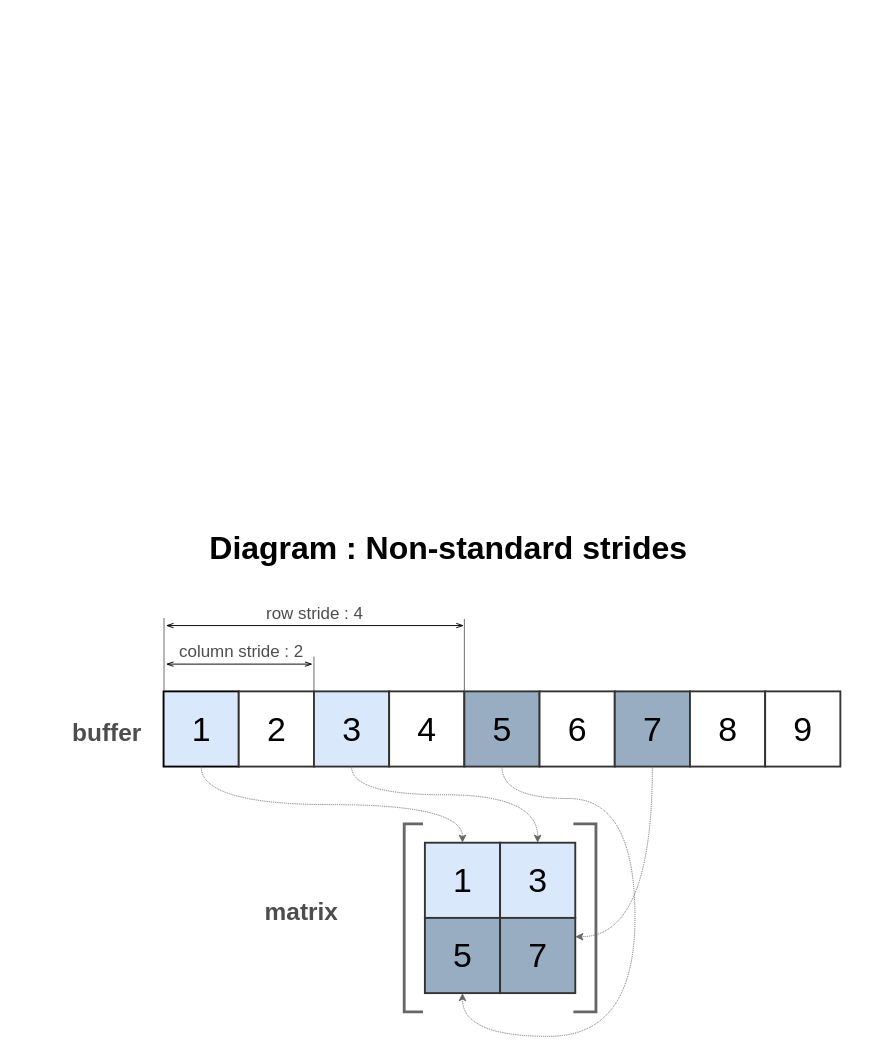
This is page "NonStandardStrides" (6 of 9) of doc/img/Matrix.drawio from Wandalen/wMathMatrix, a draw.io file, before an edit. Source tidied: cells renumbered, new cells numbered last; positions are measured from the earlier drawing's top-left corner, leaving out a move shared by most shapes. Both pictures are drawn from the tidied source at 94%, with x=0, y=0 at pixel (66, 526).
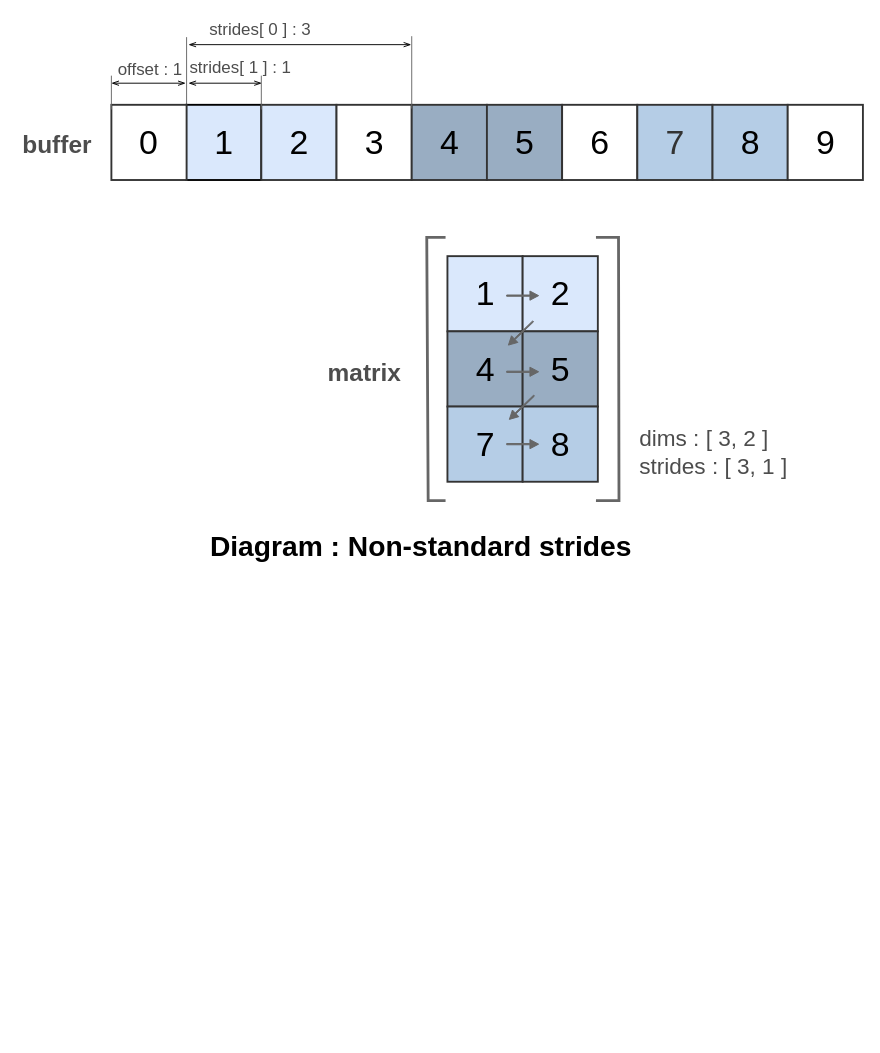
Above is the later version.

The edit, as a diff of the source:
```diff
@@
-    <mxCell id="0" />
-    <mxCell id="1" parent="0" />
+    <mxCell id="32" />
+    <mxCell id="33" parent="32" />
-    <mxCell id="2" value="Diagram : Non-standard strides&amp;nbsp;" style="text;html=1;align=center;verticalAlign=middle;fontSize=34;fontColor=#000000;fontStyle=1;" parent="1" vertex="1">
-      <mxGeometry x="147" width="527" height="46" as="geometry" />
+    <mxCell id="2" value="Diagram : Non-standard strides" style="text;html=1;align=center;verticalAlign=middle;fontSize=30;fontColor=#000000;fontStyle=1;" parent="33" vertex="1">
+      <mxGeometry x="147" width="460" height="41" as="geometry" />
     </mxCell>
-    <mxCell id="3" style="group;" parent="1" vertex="1">
-      <mxGeometry y="79" width="823.5" height="463" as="geometry" />
-    </mxCell>
+    <mxCell id="34" style="endArrow=none;html=1;fontSize=40;strokeWidth=3;rounded=0;strokeColor=#666666;" parent="33" edge="1">
+      <mxGeometry relative="1" as="geometry">
+        <mxPoint x="403.5" y="-28" as="sourcePoint" />
+        <mxPoint x="403.5" y="-308" as="targetPoint" />
+        <Array as="points">
+          <mxPoint x="385" y="-28" />
+          <mxPoint x="383.5" y="-308" />
+        </Array>
+      </mxGeometry>
+    </mxCell>
+    <mxCell id="35" style="endArrow=none;html=1;fontSize=40;strokeWidth=3;rounded=0;strokeColor=#666666;" parent="33" edge="1">
+      <mxGeometry relative="1" as="geometry">
+        <mxPoint x="563.5" y="-308" as="sourcePoint" />
+        <mxPoint x="563.5" y="-28" as="targetPoint" />
+        <Array as="points">
+          <mxPoint x="587.5" y="-308" />
+          <mxPoint x="588" y="-28" />
+        </Array>
+      </mxGeometry>
+    </mxCell>
+    <mxCell id="36" style="group;" parent="33" vertex="1">
+      <mxGeometry x="-53" y="-543" width="900.5" height="495" as="geometry" />
+    </mxCell>
+    <mxCell id="37" value="strides[ 0 ] : 3" style="text;html=1;align=center;verticalAlign=middle;fontSize=18;fontColor=#4D4D4D;" parent="36" vertex="1">
+      <mxGeometry x="199" width="119" height="27" as="geometry" />
+    </mxCell>
+    <mxCell id="38" style="endArrow=none;html=1;strokeColor=#666666;strokeWidth=1;fontSize=26;fontColor=#333333;exitX=0;exitY=0;exitDx=0;exitDy=0;" parent="36" edge="1">
+      <mxGeometry relative="1" as="geometry">
+        <mxPoint x="181" y="99" as="sourcePoint" />
+        <mxPoint x="181" y="22" as="targetPoint" />
+      </mxGeometry>
+    </mxCell>
+    <mxCell id="39" style="endArrow=openThin;startArrow=openThin;html=1;strokeColor=#000000;strokeWidth=1;fontSize=26;fontColor=#333333;startFill=0;endFill=0;" parent="36" edge="1">
+      <mxGeometry relative="1" as="geometry">
+        <mxPoint x="183" y="71" as="sourcePoint" />
+        <mxPoint x="261" y="71" as="targetPoint" />
+      </mxGeometry>
+    </mxCell>
+    <mxCell id="40" style="endArrow=openThin;startArrow=openThin;html=1;strokeColor=#000000;strokeWidth=1;fontSize=26;fontColor=#333333;startFill=0;endFill=0;" parent="36" edge="1">
+      <mxGeometry relative="1" as="geometry">
+        <mxPoint x="183" y="30" as="sourcePoint" />
+        <mxPoint x="420" y="30" as="targetPoint" />
+      </mxGeometry>
+    </mxCell>
-    <mxCell id="4" value="1" style="whiteSpace=wrap;html=1;strokeWidth=2;fontSize=36;strokeColor=#000000;fillColor=#DAE8FC;" parent="3" vertex="1">
-      <mxGeometry x="103.5" y="96" width="80" height="80" as="geometry" />
+    <mxCell id="4" value="1" style="whiteSpace=wrap;html=1;strokeWidth=2;fontSize=36;strokeColor=#000000;fillColor=#DAE8FC;" parent="36" vertex="1">
+      <mxGeometry x="180.5" y="94" width="80" height="80" as="geometry" />
     </mxCell>
-    <mxCell id="5" value="2" style="whiteSpace=wrap;html=1;strokeWidth=2;fontSize=36;fillColor=#FFFFFF;strokeColor=#333333;" parent="3" vertex="1">
-      <mxGeometry x="183.5" y="96" width="80" height="80" as="geometry" />
-    </mxCell>
-    <mxCell id="6" value="3" style="whiteSpace=wrap;html=1;strokeWidth=2;fontSize=36;strokeColor=#333333;fillColor=#DAE8FC;" parent="3" vertex="1">
-      <mxGeometry x="263.5" y="96" width="80" height="80" as="geometry" />
-    </mxCell>
-    <mxCell id="7" value="4" style="whiteSpace=wrap;html=1;strokeWidth=2;fontSize=36;fillColor=#FFFFFF;strokeColor=#333333;" parent="3" vertex="1">
-      <mxGeometry x="343.5" y="96" width="80" height="80" as="geometry" />
-    </mxCell>
-    <mxCell id="8" value="5" style="whiteSpace=wrap;html=1;strokeWidth=2;fontSize=36;strokeColor=#333333;fillColor=#99ADC2;gradientColor=none;fontColor=#000000;" parent="3" vertex="1">
-      <mxGeometry x="423.5" y="96" width="80" height="80" as="geometry" />
-    </mxCell>
+    <mxCell id="41" value="2" style="whiteSpace=wrap;html=1;strokeWidth=2;fontSize=36;fillColor=#DAE8FC;strokeColor=#333333;" parent="36" vertex="1">
+      <mxGeometry x="260.5" y="94" width="80" height="80" as="geometry" />
+    </mxCell>
+    <mxCell id="42" value="3" style="whiteSpace=wrap;html=1;strokeWidth=2;fontSize=36;strokeColor=#333333;fillColor=#FFFFFF;" parent="36" vertex="1">
+      <mxGeometry x="340.5" y="94" width="80" height="80" as="geometry" />
+    </mxCell>
+    <mxCell id="43" value="4" style="whiteSpace=wrap;html=1;strokeWidth=2;fontSize=36;fillColor=#99ADC2;strokeColor=#333333;" parent="36" vertex="1">
+      <mxGeometry x="420.5" y="94" width="80" height="80" as="geometry" />
+    </mxCell>
+    <mxCell id="19" value="5" style="whiteSpace=wrap;html=1;strokeWidth=2;fontSize=36;strokeColor=#333333;fillColor=#99ADC2;gradientColor=none;" parent="36" vertex="1">
+      <mxGeometry x="500.5" y="94" width="80" height="80" as="geometry" />
+    </mxCell>
-    <mxCell id="9" value="6" style="whiteSpace=wrap;html=1;strokeWidth=2;fontSize=36;fillColor=#FFFFFF;strokeColor=#333333;" parent="3" vertex="1">
-      <mxGeometry x="503.5" y="96" width="80" height="80" as="geometry" />
+    <mxCell id="9" value="6" style="whiteSpace=wrap;html=1;strokeWidth=2;fontSize=36;fillColor=#FFFFFF;strokeColor=#333333;" parent="36" vertex="1">
+      <mxGeometry x="580.5" y="94" width="80" height="80" as="geometry" />
     </mxCell>
-    <mxCell id="10" value="7" style="whiteSpace=wrap;html=1;strokeWidth=2;fontSize=36;strokeColor=#333333;fillColor=#99ADC2;fontColor=#000000;" parent="3" vertex="1">
-      <mxGeometry x="583.5" y="96" width="80" height="80" as="geometry" />
-    </mxCell>
+    <mxCell id="44" value="7" style="whiteSpace=wrap;html=1;strokeWidth=2;fontSize=36;strokeColor=#333333;fillColor=#B5CDE6;fontColor=#333333;" parent="36" vertex="1">
+      <mxGeometry x="660.5" y="94" width="80" height="80" as="geometry" />
+    </mxCell>
-    <mxCell id="11" value="buffer" style="text;html=1;align=center;verticalAlign=middle;fontSize=26;fontColor=#4D4D4D;fontStyle=1;" parent="3" vertex="1">
-      <mxGeometry y="122" width="85" height="36" as="geometry" />
+    <mxCell id="11" value="buffer" style="text;html=1;align=center;verticalAlign=middle;fontSize=26;fontColor=#4D4D4D;fontStyle=1;" parent="36" vertex="1">
+      <mxGeometry y="119" width="85" height="36" as="geometry" />
     </mxCell>
-    <mxCell id="12" value="column stride : 2" style="text;html=1;align=center;verticalAlign=middle;fontSize=18;fontColor=#4D4D4D;" parent="3" vertex="1">
-      <mxGeometry x="114" y="40" width="143" height="27" as="geometry" />
-    </mxCell>
-    <mxCell id="13" value="8" style="whiteSpace=wrap;html=1;strokeWidth=2;fontSize=36;strokeColor=#333333;" parent="3" vertex="1">
-      <mxGeometry x="663.5" y="96" width="80" height="80" as="geometry" />
-    </mxCell>
+    <mxCell id="45" value="8" style="whiteSpace=wrap;html=1;strokeWidth=2;fontSize=36;strokeColor=#333333;fillColor=#B5CDE6;" parent="36" vertex="1">
+      <mxGeometry x="740.5" y="94" width="80" height="80" as="geometry" />
+    </mxCell>
-    <mxCell id="14" value="9" style="whiteSpace=wrap;html=1;strokeWidth=2;fontSize=36;strokeColor=#333333;" parent="3" vertex="1">
-      <mxGeometry x="743.5" y="96" width="80" height="80" as="geometry" />
+    <mxCell id="14" value="9" style="whiteSpace=wrap;html=1;strokeWidth=2;fontSize=36;strokeColor=#333333;" parent="36" vertex="1">
+      <mxGeometry x="820.5" y="94" width="80" height="80" as="geometry" />
     </mxCell>
-    <mxCell id="15" value="row stride : 4" style="text;html=1;align=center;verticalAlign=middle;fontSize=18;fontColor=#4D4D4D;" parent="3" vertex="1">
-      <mxGeometry x="207" width="114" height="27" as="geometry" />
-    </mxCell>
-    <mxCell id="16" value="matrix" style="text;html=1;align=center;verticalAlign=middle;fontSize=26;fontColor=#4D4D4D;fontStyle=1;" parent="3" vertex="1">
-      <mxGeometry x="206" y="313" width="88" height="36" as="geometry" />
+    <mxCell id="16" value="matrix" style="text;html=1;align=center;verticalAlign=middle;fontSize=26;fontColor=#4D4D4D;fontStyle=1;" parent="36" vertex="1">
+      <mxGeometry x="326" y="361" width="88" height="36" as="geometry" />
     </mxCell>
-    <mxCell id="17" value="1" style="whiteSpace=wrap;html=1;strokeWidth=2;fontSize=36;strokeColor=#333333;fillColor=#DAE8FC;fontColor=#000000;" parent="3" vertex="1">
-      <mxGeometry x="381.5" y="257" width="80" height="80" as="geometry" />
+    <mxCell id="17" value="1" style="whiteSpace=wrap;html=1;strokeWidth=2;fontSize=36;strokeColor=#333333;fillColor=#DAE8FC;" parent="36" vertex="1">
+      <mxGeometry x="458.5" y="255" width="80" height="80" as="geometry" />
     </mxCell>
-    <mxCell id="18" value="3" style="whiteSpace=wrap;html=1;strokeWidth=2;fontSize=36;strokeColor=#333333;fillColor=#DAE8FC;fontColor=#000000;" parent="3" vertex="1">
-      <mxGeometry x="461.5" y="257" width="80" height="80" as="geometry" />
-    </mxCell>
-    <mxCell id="19" value="5" style="whiteSpace=wrap;html=1;strokeWidth=2;fontSize=36;strokeColor=#333333;fillColor=#99ADC2;gradientColor=none;" parent="3" vertex="1">
-      <mxGeometry x="381.5" y="337" width="80" height="80" as="geometry" />
-    </mxCell>
-    <mxCell id="20" value="7" style="whiteSpace=wrap;html=1;strokeWidth=2;fontSize=36;strokeColor=#333333;fillColor=#99ADC2;fontColor=#000000;" parent="3" vertex="1">
-      <mxGeometry x="461.5" y="337" width="80" height="80" as="geometry" />
-    </mxCell>
-    <mxCell id="21" style="endArrow=none;html=1;fontSize=40;strokeWidth=3;rounded=0;strokeColor=#666666;" parent="3" edge="1">
-      <mxGeometry relative="1" as="geometry">
-        <mxPoint x="379.5" y="437" as="sourcePoint" />
-        <mxPoint x="379.5" y="237" as="targetPoint" />
-        <Array as="points">
-          <mxPoint x="359.5" y="437" />
-          <mxPoint x="359.5" y="237" />
-        </Array>
-      </mxGeometry>
-    </mxCell>
-    <mxCell id="22" style="endArrow=none;html=1;fontSize=40;strokeWidth=3;rounded=0;strokeColor=#666666;" parent="3" edge="1">
-      <mxGeometry relative="1" as="geometry">
-        <mxPoint x="539.5" y="237" as="sourcePoint" />
-        <mxPoint x="539.5" y="437" as="targetPoint" />
-        <Array as="points">
-          <mxPoint x="563.5" y="237" />
-          <mxPoint x="563.5" y="437" />
-        </Array>
-      </mxGeometry>
-    </mxCell>
-    <mxCell id="23" style="endArrow=none;html=1;strokeColor=#666666;strokeWidth=1;fontSize=26;fontColor=#333333;exitX=0;exitY=0;exitDx=0;exitDy=0;" parent="3" edge="1">
-      <mxGeometry relative="1" as="geometry">
-        <mxPoint x="104" y="95" as="sourcePoint" />
-        <mxPoint x="104" y="18" as="targetPoint" />
-      </mxGeometry>
-    </mxCell>
-    <mxCell id="24" style="endArrow=openThin;startArrow=openThin;html=1;strokeColor=#000000;strokeWidth=1;fontSize=26;fontColor=#333333;startFill=0;endFill=0;" parent="3" edge="1">
-      <mxGeometry relative="1" as="geometry">
-        <mxPoint x="106" y="67" as="sourcePoint" />
-        <mxPoint x="262" y="67" as="targetPoint" />
-      </mxGeometry>
-    </mxCell>
-    <mxCell id="25" style="endArrow=none;html=1;strokeColor=#666666;strokeWidth=1;fontSize=26;fontColor=#333333;exitX=0;exitY=0;exitDx=0;exitDy=0;" parent="3" edge="1">
-      <mxGeometry relative="1" as="geometry">
-        <mxPoint x="263.5" y="95" as="sourcePoint" />
-        <mxPoint x="263.5" y="59" as="targetPoint" />
-      </mxGeometry>
-    </mxCell>
-    <mxCell id="26" style="endArrow=openThin;startArrow=openThin;html=1;strokeColor=#000000;strokeWidth=1;fontSize=26;fontColor=#333333;startFill=0;endFill=0;" parent="3" edge="1">
-      <mxGeometry relative="1" as="geometry">
-        <mxPoint x="106" y="26" as="sourcePoint" />
-        <mxPoint x="423" y="26" as="targetPoint" />
-      </mxGeometry>
-    </mxCell>
-    <mxCell id="27" style="edgeStyle=orthogonalEdgeStyle;rounded=0;jettySize=auto;html=1;exitX=0.5;exitY=1;exitDx=0;exitDy=0;entryX=0.5;entryY=0;entryDx=0;entryDy=0;strokeColor=#666666;curved=1;dashed=1;dashPattern=1 1;" parent="3" edge="1" source="6" target="18">
-      <mxGeometry relative="1" as="geometry">
-        <Array as="points">
-          <mxPoint x="304" y="206" />
-          <mxPoint x="501" y="206" />
-        </Array>
-      </mxGeometry>
-    </mxCell>
-    <mxCell id="28" style="edgeStyle=orthogonalEdgeStyle;rounded=0;jettySize=auto;html=1;exitX=0.5;exitY=1;exitDx=0;exitDy=0;entryX=0.5;entryY=0;entryDx=0;entryDy=0;strokeColor=#666666;curved=1;dashed=1;dashPattern=1 1;" parent="3" edge="1" source="4" target="17">
-      <mxGeometry relative="1" as="geometry" />
-    </mxCell>
-    <mxCell id="29" style="edgeStyle=orthogonalEdgeStyle;rounded=0;jettySize=auto;html=1;exitX=0.5;exitY=1;exitDx=0;exitDy=0;strokeColor=#666666;curved=1;dashed=1;dashPattern=1 1;entryX=1;entryY=0.25;entryDx=0;entryDy=0;" parent="3" edge="1" source="10" target="20">
-      <mxGeometry relative="1" as="geometry" />
-    </mxCell>
-    <mxCell id="30" style="edgeStyle=orthogonalEdgeStyle;rounded=0;jettySize=auto;html=1;entryX=0.5;entryY=1;entryDx=0;entryDy=0;strokeColor=#666666;curved=1;dashed=1;dashPattern=1 1;exitX=0.5;exitY=1;exitDx=0;exitDy=0;" parent="3" edge="1" source="8" target="19">
-      <mxGeometry relative="1" as="geometry">
-        <Array as="points">
-          <mxPoint x="464" y="210" />
-          <mxPoint x="605" y="210" />
-          <mxPoint x="605" y="463" />
-          <mxPoint x="421" y="463" />
-        </Array>
-      </mxGeometry>
-    </mxCell>
-    <mxCell id="31" style="endArrow=none;html=1;strokeColor=#666666;strokeWidth=1;fontSize=26;fontColor=#333333;exitX=0;exitY=0;exitDx=0;exitDy=0;" parent="3" edge="1">
-      <mxGeometry relative="1" as="geometry">
-        <mxPoint x="423.5" y="96" as="sourcePoint" />
-        <mxPoint x="423.5" y="19" as="targetPoint" />
-      </mxGeometry>
-    </mxCell>
+    <mxCell id="46" value="2" style="whiteSpace=wrap;html=1;strokeWidth=2;fontSize=36;strokeColor=#333333;fillColor=#DAE8FC;" parent="36" vertex="1">
+      <mxGeometry x="538.5" y="255" width="80" height="80" as="geometry" />
+    </mxCell>
+    <mxCell id="47" value="4" style="whiteSpace=wrap;html=1;strokeWidth=2;fontSize=36;strokeColor=#333333;fillColor=#99ADC2;gradientColor=none;fontColor=#000000;" parent="36" vertex="1">
+      <mxGeometry x="458.5" y="335" width="80" height="80" as="geometry" />
+    </mxCell>
+    <mxCell id="8" value="5" style="whiteSpace=wrap;html=1;strokeWidth=2;fontSize=36;strokeColor=#333333;fillColor=#99ADC2;fontColor=#000000;" parent="36" vertex="1">
+      <mxGeometry x="538.5" y="335" width="80" height="80" as="geometry" />
+    </mxCell>
+    <mxCell id="48" value="7" style="whiteSpace=wrap;html=1;strokeWidth=2;fontSize=36;strokeColor=#333333;fillColor=#B5CDE6;gradientColor=none;fontColor=#000000;" parent="36" vertex="1">
+      <mxGeometry x="458.5" y="415" width="80" height="80" as="geometry" />
+    </mxCell>
+    <mxCell id="49" value="8" style="whiteSpace=wrap;html=1;strokeWidth=2;fontSize=36;strokeColor=#333333;fillColor=#B5CDE6;fontColor=#000000;" parent="36" vertex="1">
+      <mxGeometry x="538.5" y="415" width="80" height="80" as="geometry" />
+    </mxCell>
+    <mxCell id="50" style="shape=flexArrow;endArrow=classic;html=1;width=1.3548387096774193;endSize=2.7529032258064516;endWidth=7.460978147762747;fillColor=#666666;strokeColor=#666666;" parent="36" edge="1">
+      <mxGeometry relative="1" as="geometry">
+        <mxPoint x="521" y="378" as="sourcePoint" />
+        <mxPoint x="556" y="378" as="targetPoint" />
+      </mxGeometry>
+    </mxCell>
+    <mxCell id="51" style="shape=flexArrow;endArrow=classic;html=1;width=1.3548387096774193;endSize=2.7529032258064516;endWidth=7.460978147762747;fillColor=#666666;strokeColor=#666666;" parent="36" edge="1">
+      <mxGeometry relative="1" as="geometry">
+        <mxPoint x="521" y="297" as="sourcePoint" />
+        <mxPoint x="556" y="297" as="targetPoint" />
+      </mxGeometry>
+    </mxCell>
+    <mxCell id="52" style="shape=flexArrow;endArrow=classic;html=1;width=1.3548387096774193;endSize=2.7529032258064516;endWidth=7.460978147762747;fillColor=#666666;strokeColor=#666666;" parent="36" edge="1">
+      <mxGeometry relative="1" as="geometry">
+        <mxPoint x="521" y="455" as="sourcePoint" />
+        <mxPoint x="556" y="455" as="targetPoint" />
+      </mxGeometry>
+    </mxCell>
+    <mxCell id="53" style="shape=flexArrow;endArrow=classic;html=1;width=1.3548387096774193;endSize=2.7529032258064516;endWidth=7.460978147762747;fillColor=#666666;strokeColor=#666666;" parent="36" edge="1">
+      <mxGeometry relative="1" as="geometry">
+        <mxPoint x="550" y="324" as="sourcePoint" />
+        <mxPoint x="523" y="350" as="targetPoint" />
+      </mxGeometry>
+    </mxCell>
+    <mxCell id="54" style="shape=flexArrow;endArrow=classic;html=1;width=1.3548387096774193;endSize=2.7529032258064516;endWidth=7.460978147762747;fillColor=#666666;strokeColor=#666666;" parent="36" edge="1">
+      <mxGeometry relative="1" as="geometry">
+        <mxPoint x="551" y="403" as="sourcePoint" />
+        <mxPoint x="524" y="429" as="targetPoint" />
+      </mxGeometry>
+    </mxCell>
+    <mxCell id="55" value="&lt;font color=&quot;#4d4d4d&quot;&gt;dims : [ 3, 2 ]&lt;br style=&quot;font-size: 24px&quot;&gt;&lt;/font&gt;&lt;div style=&quot;font-size: 24px&quot;&gt;&lt;span style=&quot;font-size: 24px&quot;&gt;&lt;font color=&quot;#4d4d4d&quot;&gt;strides : [ 3, 1 ]&lt;/font&gt;&lt;/span&gt;&lt;/div&gt;" style="text;html=1;align=left;verticalAlign=middle;fontSize=24;" parent="36" vertex="1">
+      <mxGeometry x="661" y="432" width="170" height="63" as="geometry" />
+    </mxCell>
+    <mxCell id="56" value="strides[ 1 ] : 1" style="text;html=1;align=center;verticalAlign=middle;fontSize=18;fontColor=#4D4D4D;" parent="36" vertex="1">
+      <mxGeometry x="178" y="41" width="119" height="27" as="geometry" />
+    </mxCell>
+    <mxCell id="57" style="endArrow=none;html=1;strokeColor=#666666;strokeWidth=1;fontSize=26;fontColor=#333333;exitX=0;exitY=0;exitDx=0;exitDy=0;" parent="36" edge="1">
+      <mxGeometry relative="1" as="geometry">
+        <mxPoint x="260.5" y="99" as="sourcePoint" />
+        <mxPoint x="260.5" y="63" as="targetPoint" />
+      </mxGeometry>
+    </mxCell>
+    <mxCell id="58" style="endArrow=none;html=1;strokeColor=#666666;strokeWidth=1;fontSize=26;fontColor=#333333;exitX=0;exitY=0;exitDx=0;exitDy=0;" parent="36" edge="1">
+      <mxGeometry relative="1" as="geometry">
+        <mxPoint x="420.5" y="98" as="sourcePoint" />
+        <mxPoint x="420.5" y="21" as="targetPoint" />
+      </mxGeometry>
+    </mxCell>
+    <mxCell id="59" value="offset : 1" style="text;html=1;align=center;verticalAlign=middle;fontSize=18;fontColor=#4D4D4D;" parent="36" vertex="1">
+      <mxGeometry x="102" y="43" width="80" height="27" as="geometry" />
+    </mxCell>
+    <mxCell id="60" value="0" style="whiteSpace=wrap;html=1;strokeWidth=2;fontSize=36;fillColor=#FFFFFF;strokeColor=#333333;" parent="36" vertex="1">
+      <mxGeometry x="101" y="94" width="80" height="80" as="geometry" />
+    </mxCell>
+    <mxCell id="61" style="endArrow=openThin;startArrow=openThin;html=1;strokeColor=#000000;strokeWidth=1;fontSize=26;fontColor=#333333;startFill=0;endFill=0;" parent="36" edge="1">
+      <mxGeometry relative="1" as="geometry">
+        <mxPoint x="101" y="71" as="sourcePoint" />
+        <mxPoint x="180" y="71" as="targetPoint" />
+      </mxGeometry>
+    </mxCell>
+    <mxCell id="62" style="endArrow=none;html=1;strokeColor=#666666;strokeWidth=1;fontSize=26;fontColor=#333333;exitX=0;exitY=0;exitDx=0;exitDy=0;" parent="36" edge="1">
+      <mxGeometry relative="1" as="geometry">
+        <mxPoint x="101" y="99" as="sourcePoint" />
+        <mxPoint x="101" y="63" as="targetPoint" />
+      </mxGeometry>
+    </mxCell>
```
